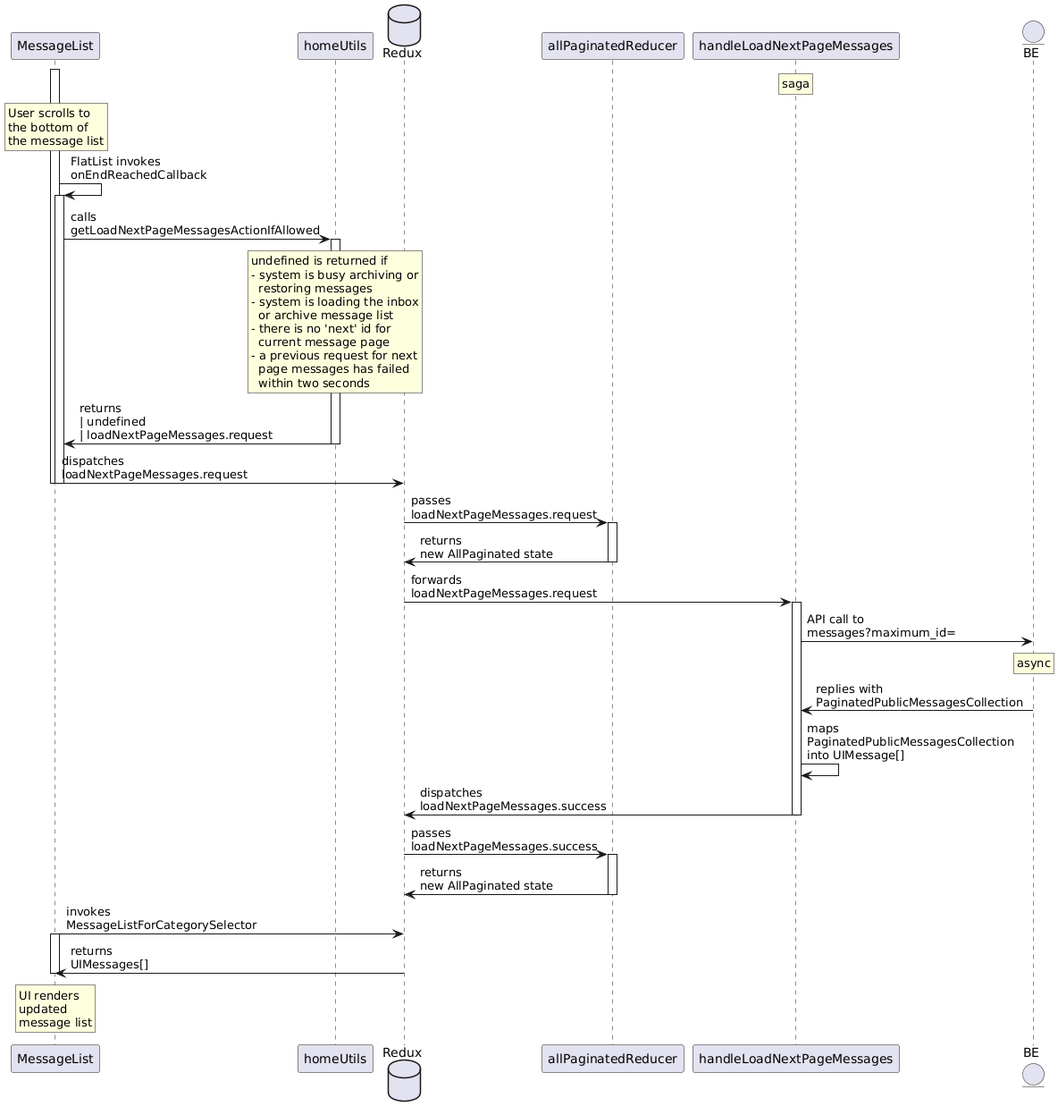
Earlier version of the PlantUML export docs/io-app/load-next-page-message-list.png (pagopa/io-messages).
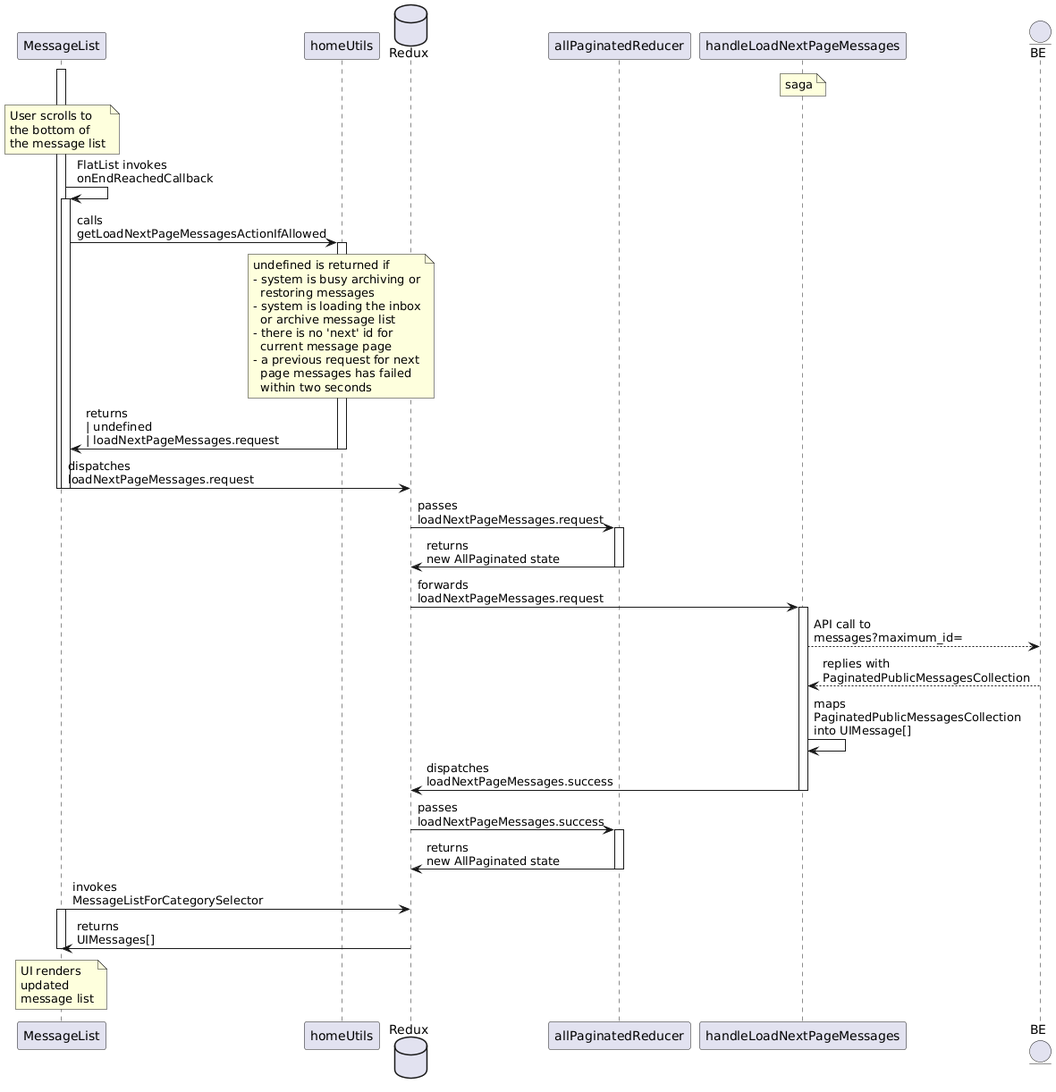
After the commit.

What changed in the source:
```diff
@@ -4,23 +4,24 @@
 database Redux
 participant allPaginatedReducer
 participant handleLoadNextPageMessages
-rnote over handleLoadNextPageMessages
- saga
-endrnote
 entity BE
 
+note over handleLoadNextPageMessages
+ saga
+end note
+
 activate MessageList
-rnote over MessageList
+note over MessageList
 User scrolls to
 the bottom of
 the message list
-endrnote
+end note
 MessageList -> MessageList : FlatList invokes\nonEndReachedCallback
 activate MessageList
 
 MessageList -> homeUtils : calls\ngetLoadNextPageMessagesActionIfAllowed
 activate homeUtils
-rnote over homeUtils
+note over homeUtils
 undefined is returned if
 - system is busy archiving or
   restoring messages
@@ -31,7 +32,7 @@
 - a previous request for next
   page messages has failed
   within two seconds
-endrnote
+end note
 homeUtils -> MessageList : returns\n| undefined\n| loadNextPageMessages.request
 deactivate homeUtils
 
@@ -44,11 +45,8 @@
 
 Redux -> handleLoadNextPageMessages ++ : forwards\nloadNextPageMessages.request
 
-handleLoadNextPageMessages  -> BE : API call to\nmessages?maximum_id=
-rnote over BE
-async
-endrnote
-BE ->handleLoadNextPageMessages : replies with\nPaginatedPublicMessagesCollection
+handleLoadNextPageMessages --> BE : API call to\nmessages?maximum_id=
+BE --> handleLoadNextPageMessages : replies with\nPaginatedPublicMessagesCollection
 
 handleLoadNextPageMessages -> handleLoadNextPageMessages : maps\nPaginatedPublicMessagesCollection\ninto UIMessage[]
 
@@ -61,9 +59,9 @@
 activate MessageList
 Redux -> MessageList : returns\nUIMessages[]
 deactivate MessageList
-rnote over MessageList
+note over MessageList
 UI renders
 updated
 message list
-endrnote
+end note
 @enduml
```
